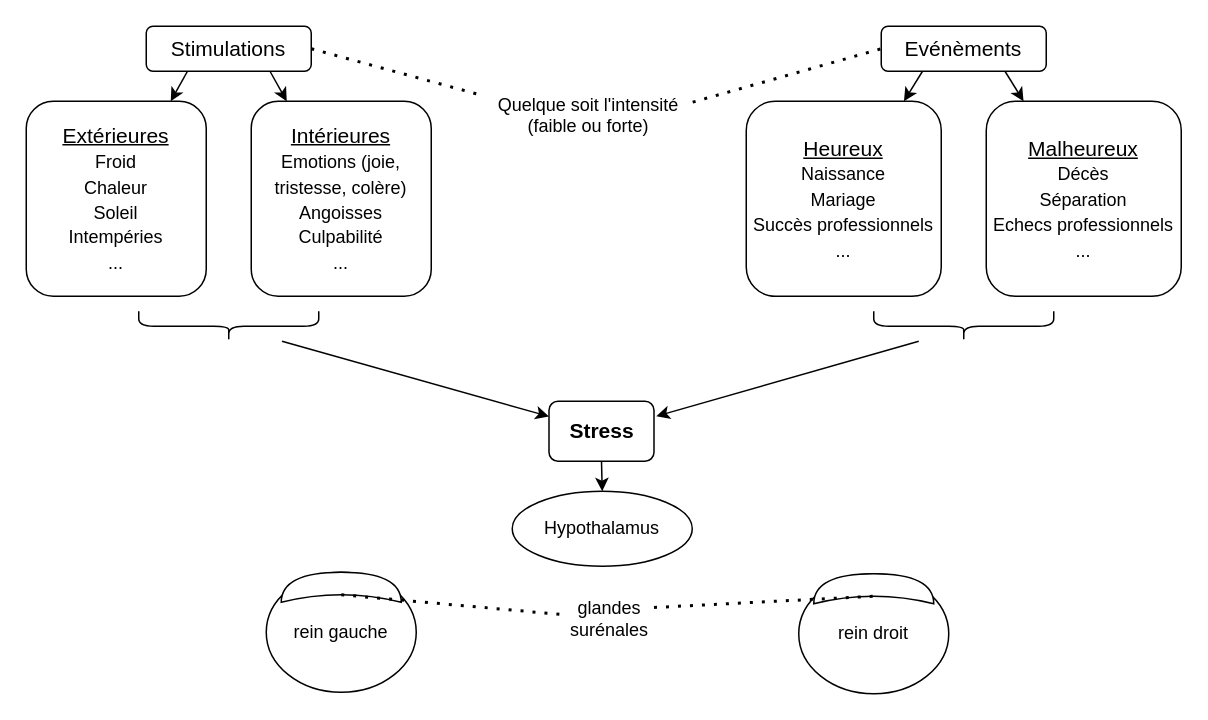
Above: Untitled Diagram.drawio in rvcmla/formation (draw.io), before the change. Source tidied: cells renumbered, new cells numbered last; positions are measured from the earlier drawing's top-left corner, leaving out a move shared by most shapes. Both pictures are drawn from the tidied source at 150%, with x=0, y=0 at pixel (26, 26).
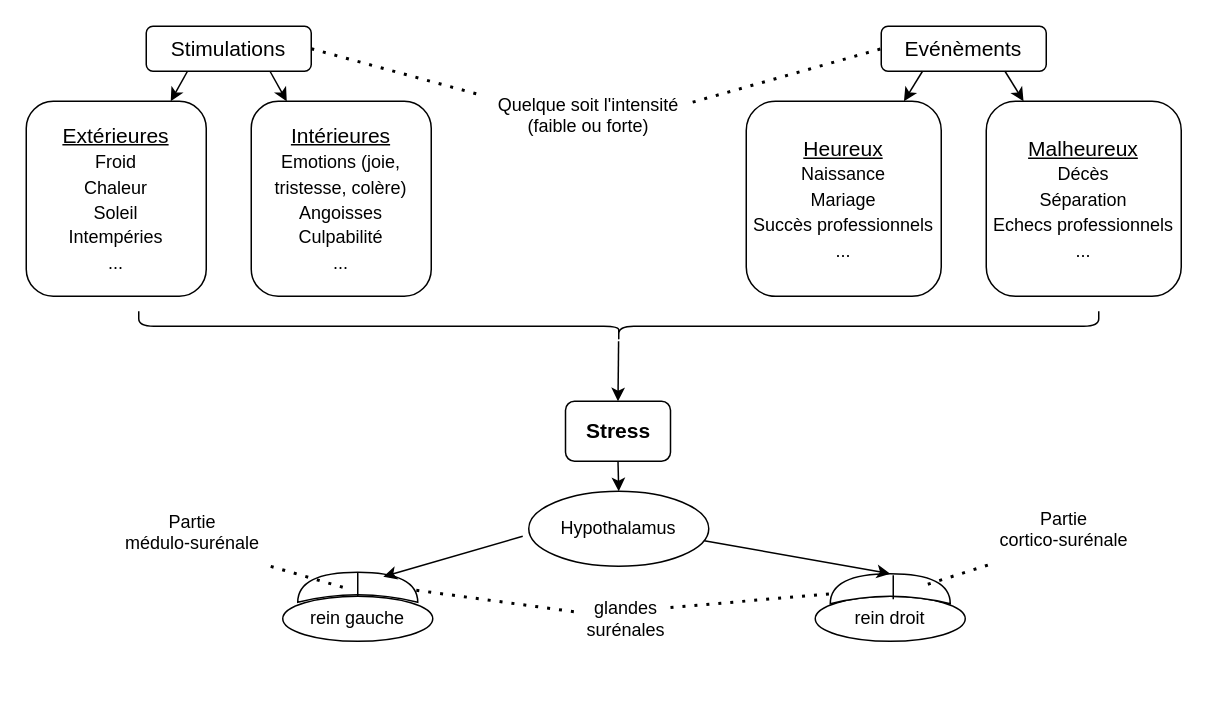
Above is the later version.

What changed in the source:
```diff
@@
     <mxCell id="2" value="&lt;font style=&quot;font-size: 14px;&quot;&gt;&lt;b&gt;Stress&lt;/b&gt;&lt;/font&gt;" style="rounded=1;whiteSpace=wrap;html=1;" parent="1" vertex="1">
-      <mxGeometry x="348.5" y="250" width="70" height="40" as="geometry" />
+      <mxGeometry x="359.5" y="250" width="70" height="40" as="geometry" />
     </mxCell>
@@
     <mxCell id="13" style="shape=curlyBracket;whiteSpace=wrap;html=1;rounded=1;flipH=1;fontSize=12;rotation=90;" parent="1" vertex="1">
-      <mxGeometry x="125" y="140" width="20" height="120" as="geometry" />
+      <mxGeometry x="385" y="-120" width="20" height="640" as="geometry" />
     </mxCell>
-    <mxCell id="14" style="shape=curlyBracket;whiteSpace=wrap;html=1;rounded=1;flipH=1;fontSize=12;rotation=90;" parent="1" vertex="1">
-      <mxGeometry x="615" y="140" width="20" height="120" as="geometry" />
-    </mxCell>
-    <mxCell id="15" style="endArrow=classic;html=1;rounded=0;fontSize=12;" parent="1" edge="1" source="13" target="2">
-      <mxGeometry relative="1" as="geometry" />
-    </mxCell>
-    <mxCell id="16" style="endArrow=classic;html=1;rounded=0;fontSize=12;exitX=1;exitY=0.75;exitDx=0;exitDy=0;" parent="1" edge="1" source="14">
-      <mxGeometry relative="1" as="geometry">
-        <mxPoint x="420" y="260" as="targetPoint" />
-      </mxGeometry>
+    <mxCell id="16" style="endArrow=classic;html=1;rounded=0;fontSize=12;entryX=0.5;entryY=0;entryDx=0;entryDy=0;" parent="1" edge="1" source="13" target="2">
+      <mxGeometry relative="1" as="geometry" />
     </mxCell>
@@
     <mxCell id="19" value="Hypothalamus" style="ellipse;whiteSpace=wrap;html=1;fontSize=12;" parent="1" vertex="1">
-      <mxGeometry x="324" y="310" width="120" height="50" as="geometry" />
+      <mxGeometry x="335" y="310" width="120" height="50" as="geometry" />
     </mxCell>
@@
     <mxCell id="21" value="rein gauche" style="ellipse;whiteSpace=wrap;html=1;fontSize=12;" parent="1" vertex="1">
-      <mxGeometry x="160" y="364" width="100" height="80" as="geometry" />
+      <mxGeometry x="171" y="380" width="100" height="30" as="geometry" />
     </mxCell>
     <mxCell id="22" style="shape=xor;whiteSpace=wrap;html=1;fontSize=12;rotation=-90;" parent="1" vertex="1">
-      <mxGeometry x="200" y="334" width="20" height="80" as="geometry" />
+      <mxGeometry x="211" y="334" width="20" height="80" as="geometry" />
     </mxCell>
-    <mxCell id="23" style="endArrow=none;dashed=1;html=1;dashPattern=1 3;strokeWidth=2;rounded=0;fontSize=12;exitX=0.25;exitY=0.5;exitDx=0;exitDy=0;exitPerimeter=0;" parent="1" edge="1" source="22" target="27">
+    <mxCell id="23" style="endArrow=none;dashed=1;html=1;dashPattern=1 3;strokeWidth=2;rounded=0;fontSize=12;exitX=0.4;exitY=0.988;exitDx=0;exitDy=0;exitPerimeter=0;" parent="1" edge="1" source="22" target="27">
       <mxGeometry relative="1" as="geometry" />
     </mxCell>
     <mxCell id="24" value="rein droit" style="ellipse;whiteSpace=wrap;html=1;fontSize=12;" parent="1" vertex="1">
-      <mxGeometry x="515" y="365" width="100" height="80" as="geometry" />
+      <mxGeometry x="526" y="380" width="100" height="30" as="geometry" />
     </mxCell>
     <mxCell id="25" style="shape=xor;whiteSpace=wrap;html=1;fontSize=12;rotation=-90;" parent="1" vertex="1">
-      <mxGeometry x="555" y="335" width="20" height="80" as="geometry" />
+      <mxGeometry x="566" y="335" width="20" height="80" as="geometry" />
     </mxCell>
-    <mxCell id="26" style="endArrow=none;dashed=1;html=1;dashPattern=1 3;strokeWidth=2;rounded=0;fontSize=12;entryX=0.25;entryY=0.5;entryDx=0;entryDy=0;entryPerimeter=0;exitX=1;exitY=0.25;exitDx=0;exitDy=0;" parent="1" edge="1" source="27" target="25">
+    <mxCell id="26" style="endArrow=none;dashed=1;html=1;dashPattern=1 3;strokeWidth=2;rounded=0;fontSize=12;exitX=1;exitY=0.25;exitDx=0;exitDy=0;" parent="1" edge="1" source="27" target="25">
       <mxGeometry relative="1" as="geometry" />
     </mxCell>
     <mxCell id="27" value="glandes surénales" style="text;html=1;strokeColor=none;fillColor=none;align=center;verticalAlign=middle;whiteSpace=wrap;rounded=0;fontSize=12;" parent="1" vertex="1">
-      <mxGeometry x="358.5" y="380" width="60" height="30" as="geometry" />
+      <mxGeometry x="369.5" y="380" width="60" height="30" as="geometry" />
     </mxCell>
@@
+    <mxCell id="29" style="endArrow=classic;html=1;rounded=0;fontSize=12;entryX=0.85;entryY=0.713;entryDx=0;entryDy=0;entryPerimeter=0;" parent="1" edge="1" target="22">
+      <mxGeometry relative="1" as="geometry">
+        <mxPoint x="331" y="340" as="sourcePoint" />
+      </mxGeometry>
+    </mxCell>
+    <mxCell id="30" style="endArrow=classic;html=1;rounded=0;fontSize=12;exitX=0.975;exitY=0.66;exitDx=0;exitDy=0;exitPerimeter=0;entryX=1;entryY=0.5;entryDx=0;entryDy=0;entryPerimeter=0;" parent="1" edge="1" source="19" target="25">
+      <mxGeometry relative="1" as="geometry" />
+    </mxCell>
+    <mxCell id="31" style="endArrow=none;html=1;rounded=0;fontSize=12;exitX=1;exitY=0.5;exitDx=0;exitDy=0;exitPerimeter=0;" parent="1" edge="1" source="22" target="21">
+      <mxGeometry relative="1" as="geometry">
+        <Array as="points">
+          <mxPoint x="221" y="380" />
+        </Array>
+      </mxGeometry>
+    </mxCell>
+    <mxCell id="32" style="endArrow=none;html=1;rounded=0;fontSize=12;exitX=1;exitY=0.5;exitDx=0;exitDy=0;exitPerimeter=0;" parent="1" edge="1">
+      <mxGeometry relative="1" as="geometry">
+        <mxPoint x="578" y="366" as="sourcePoint" />
+        <mxPoint x="578" y="366" as="targetPoint" />
+        <Array as="points">
+          <mxPoint x="578" y="382" />
+        </Array>
+      </mxGeometry>
+    </mxCell>
+    <mxCell id="33" value="&lt;div&gt;Partie &lt;br&gt;&lt;/div&gt;&lt;div&gt;médulo-surénale&lt;/div&gt;&lt;div&gt;&lt;br&gt;&lt;/div&gt;" style="text;html=1;strokeColor=none;fillColor=none;align=center;verticalAlign=middle;whiteSpace=wrap;rounded=0;fontSize=12;" parent="1" vertex="1">
+      <mxGeometry x="51" y="330" width="120" height="30" as="geometry" />
+    </mxCell>
+    <mxCell id="34" style="endArrow=none;dashed=1;html=1;dashPattern=1 3;strokeWidth=2;rounded=0;fontSize=12;exitX=0.5;exitY=0.375;exitDx=0;exitDy=0;exitPerimeter=0;" parent="1" edge="1" source="22" target="33">
+      <mxGeometry relative="1" as="geometry" />
+    </mxCell>
+    <mxCell id="35" value="&lt;div&gt;Partie &lt;br&gt;&lt;/div&gt;&lt;div&gt;cortico-surénale&lt;/div&gt;&lt;div&gt;&lt;br&gt;&lt;/div&gt;" style="text;html=1;strokeColor=none;fillColor=none;align=center;verticalAlign=middle;whiteSpace=wrap;rounded=0;fontSize=12;" parent="1" vertex="1">
+      <mxGeometry x="632" y="328" width="120" height="30" as="geometry" />
+    </mxCell>
+    <mxCell id="36" style="endArrow=none;dashed=1;html=1;dashPattern=1 3;strokeWidth=2;rounded=0;fontSize=12;exitX=0.65;exitY=0.813;exitDx=0;exitDy=0;exitPerimeter=0;" parent="1" edge="1" source="25" target="35">
+      <mxGeometry relative="1" as="geometry" />
+    </mxCell>
```
